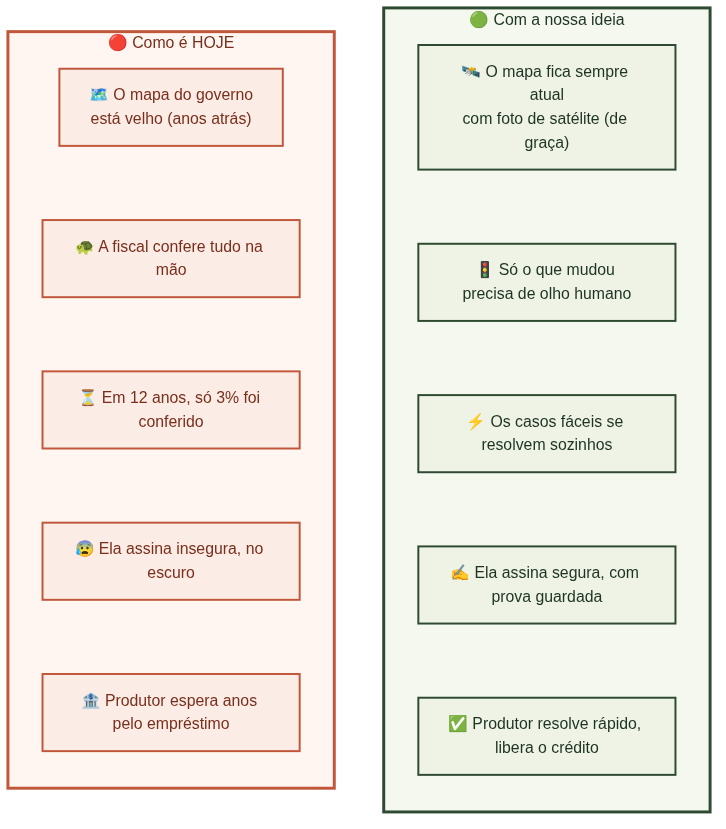
The Mermaid diagram diagrams/simples_03_comparativo.png in n0tjohnny/ruralistas-solucao, before a commit. Its source is kept beside it as diagrams/simples_03_comparativo.mmd.
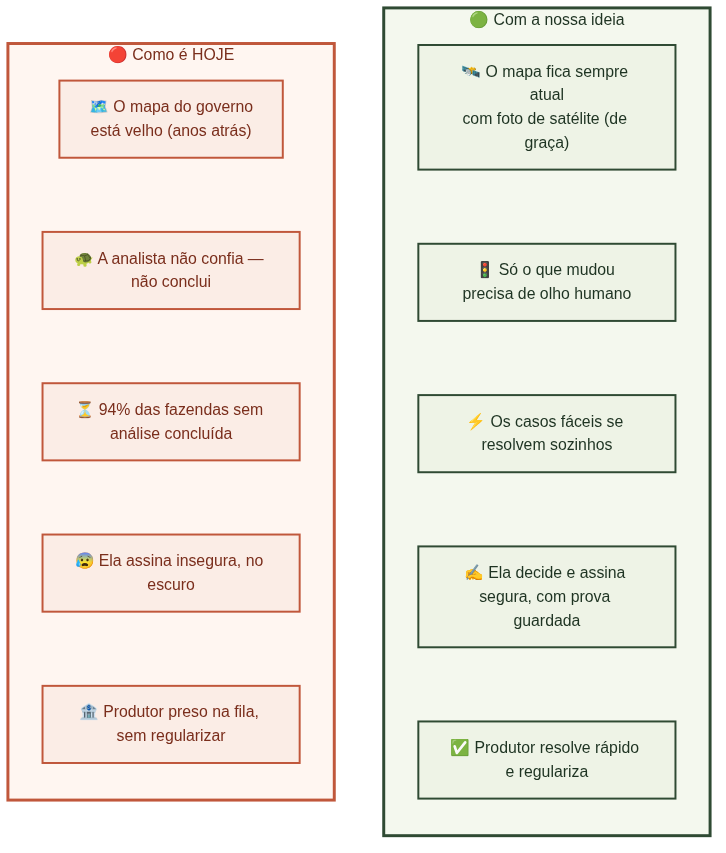
After the change.

What changed in the source:
```diff
@@ -2,10 +2,10 @@
     subgraph HOJE["🔴 Como é HOJE"]
         direction TB
         H1["🗺️ O mapa do governo<br/>está velho (anos atrás)"]
-        H2["🐢 A fiscal confere tudo na mão"]
-        H3["⏳ Em 12 anos, só 3% foi conferido"]
+        H2["🐢 A analista não confia — não conclui"]
+        H3["⏳ 94% das fazendas sem análise concluída"]
         H4["😰 Ela assina insegura, no escuro"]
-        H5["🏦 Produtor espera anos pelo empréstimo"]
+        H5["🏦 Produtor preso na fila, sem regularizar"]
         H1 ~~~ H2 ~~~ H3 ~~~ H4 ~~~ H5
     end
     subgraph NOVO["🟢 Com a nossa ideia"]
@@ -13,8 +13,8 @@
         N1["🛰️ O mapa fica sempre atual<br/>com foto de satélite (de graça)"]
         N2["🚦 Só o que mudou precisa de olho humano"]
         N3["⚡ Os casos fáceis se resolvem sozinhos"]
-        N4["✍️ Ela assina segura, com prova guardada"]
-        N5["✅ Produtor resolve rápido, libera o crédito"]
+        N4["✍️ Ela decide e assina segura, com prova guardada"]
+        N5["✅ Produtor resolve rápido e regulariza"]
         N1 ~~~ N2 ~~~ N3 ~~~ N4 ~~~ N5
     end
     HOJE ~~~ NOVO
```
